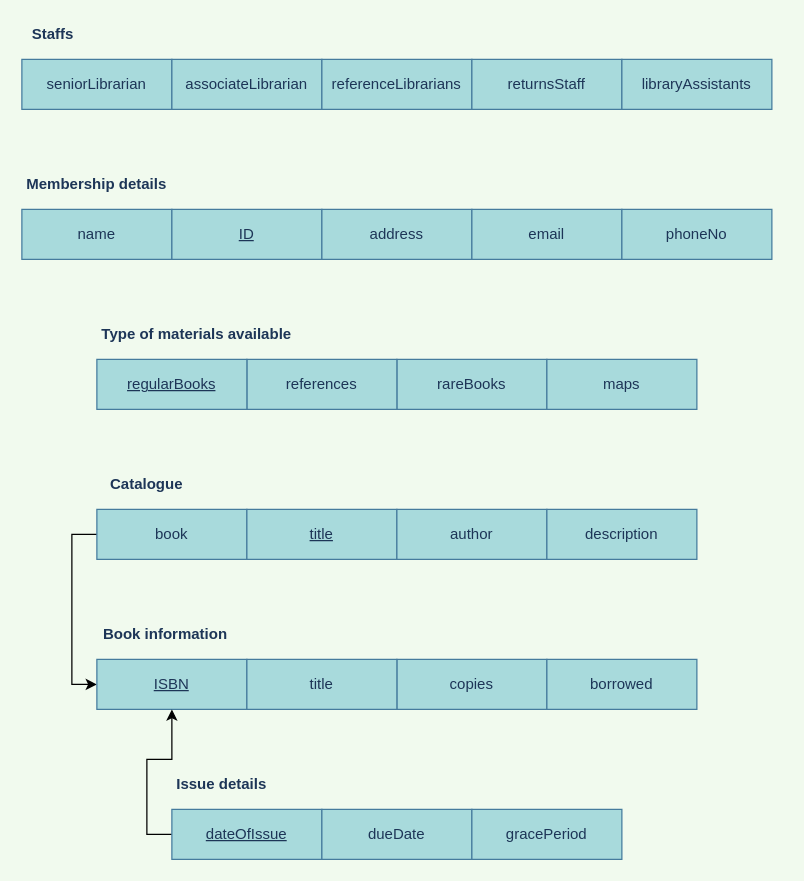
SayoniSaha/Drawio keeps this draw.io diagram as schema.drawio. Above is the earlier version. Source tidied: cells renumbered, new cells numbered last; positions are measured from the earlier drawing's top-left corner, leaving out a move shared by most shapes. Both pictures are drawn from the tidied source at 125%, with x=0, y=0 at pixel (21, 21).
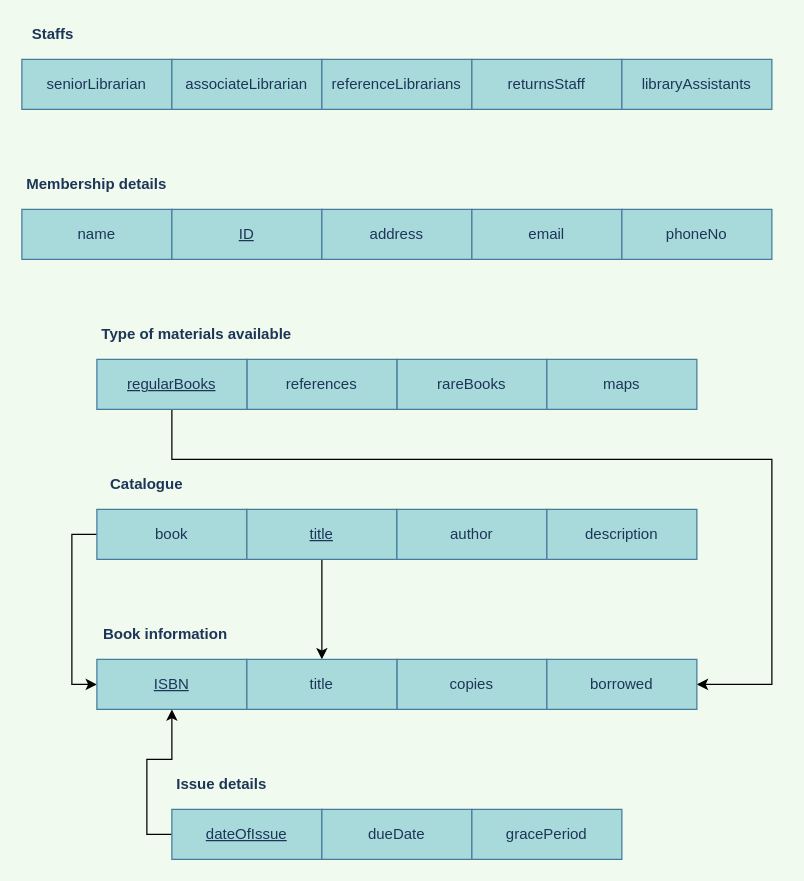
Above is the later version.

Unchanged cells that the change refers to:
```xml
<mxCell id="14" value="&lt;u&gt;regularBooks&lt;/u&gt;" style="rounded=0;whiteSpace=wrap;html=1;fillColor=#A8DADC;strokeColor=#457B9D;fontColor=#1D3557;" parent="1" vertex="1">
  <mxGeometry x="60" y="270" width="120" height="40" as="geometry" />
</mxCell>
<mxCell id="18" value="&lt;u&gt;title&lt;/u&gt;" style="rounded=0;whiteSpace=wrap;html=1;fillColor=#A8DADC;strokeColor=#457B9D;fontColor=#1D3557;" parent="1" vertex="1">
  <mxGeometry x="180" y="390" width="120" height="40" as="geometry" />
</mxCell>
<mxCell id="20" value="borrowed" style="rounded=0;whiteSpace=wrap;html=1;fillColor=#A8DADC;strokeColor=#457B9D;fontColor=#1D3557;" parent="1" vertex="1">
  <mxGeometry x="420" y="510" width="120" height="40" as="geometry" />
</mxCell>
<mxCell id="22" value="title" style="rounded=0;whiteSpace=wrap;html=1;fillColor=#A8DADC;strokeColor=#457B9D;fontColor=#1D3557;" parent="1" vertex="1">
  <mxGeometry x="180" y="510" width="120" height="40" as="geometry" />
</mxCell>
```

Diff of the diagram source:
```diff
@@
+    <mxCell id="35" style="edgeStyle=orthogonalEdgeStyle;rounded=0;jettySize=auto;html=1;exitX=0.5;exitY=1;exitDx=0;exitDy=0;entryX=1;entryY=0.5;entryDx=0;entryDy=0;" parent="1" edge="1" source="14" target="20">
+      <mxGeometry relative="1" as="geometry">
+        <Array as="points">
+          <mxPoint x="120" y="350" />
+          <mxPoint x="600" y="350" />
+          <mxPoint x="600" y="530" />
+        </Array>
+      </mxGeometry>
+    </mxCell>
@@
+    <mxCell id="36" style="edgeStyle=orthogonalEdgeStyle;rounded=0;jettySize=auto;html=1;" parent="1" edge="1" source="18" target="22">
+      <mxGeometry relative="1" as="geometry" />
+    </mxCell>
```
